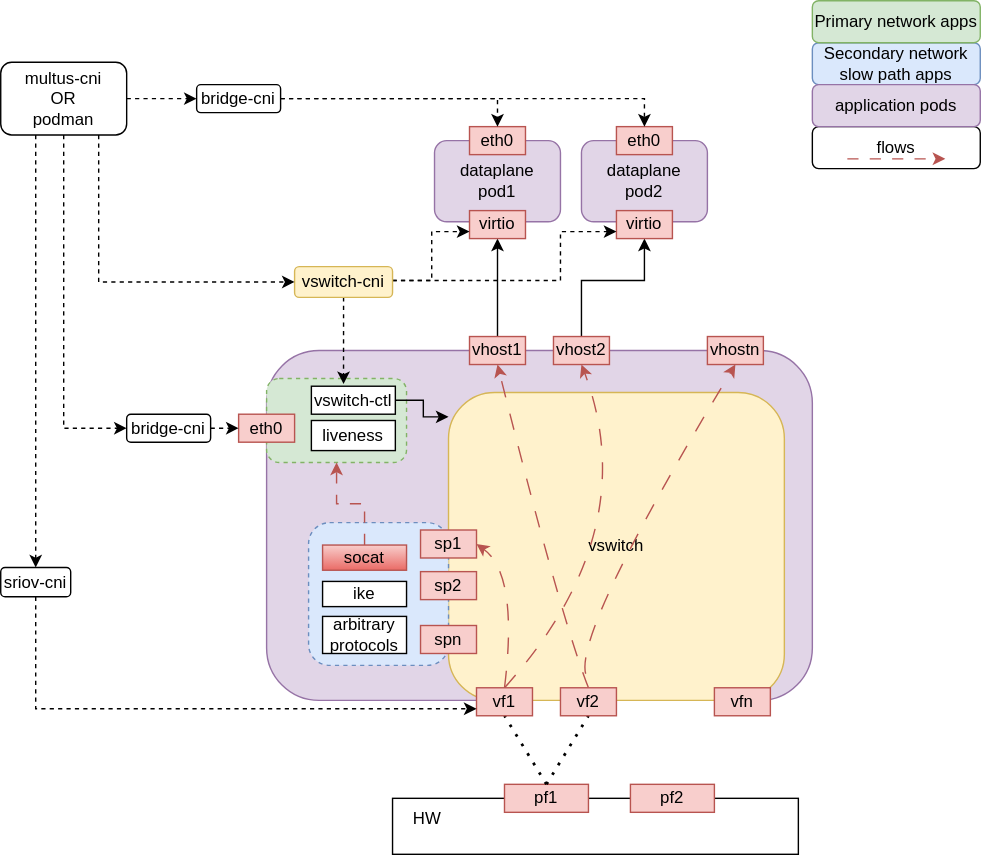
Above: docs/images/vswitch.drawio.svg in sriramy/vswitch (draw.io), before the change. Source tidied: cells renumbered, new cells last; positions are measured from the earlier drawing's top-left corner, leaving out a move shared by most shapes.
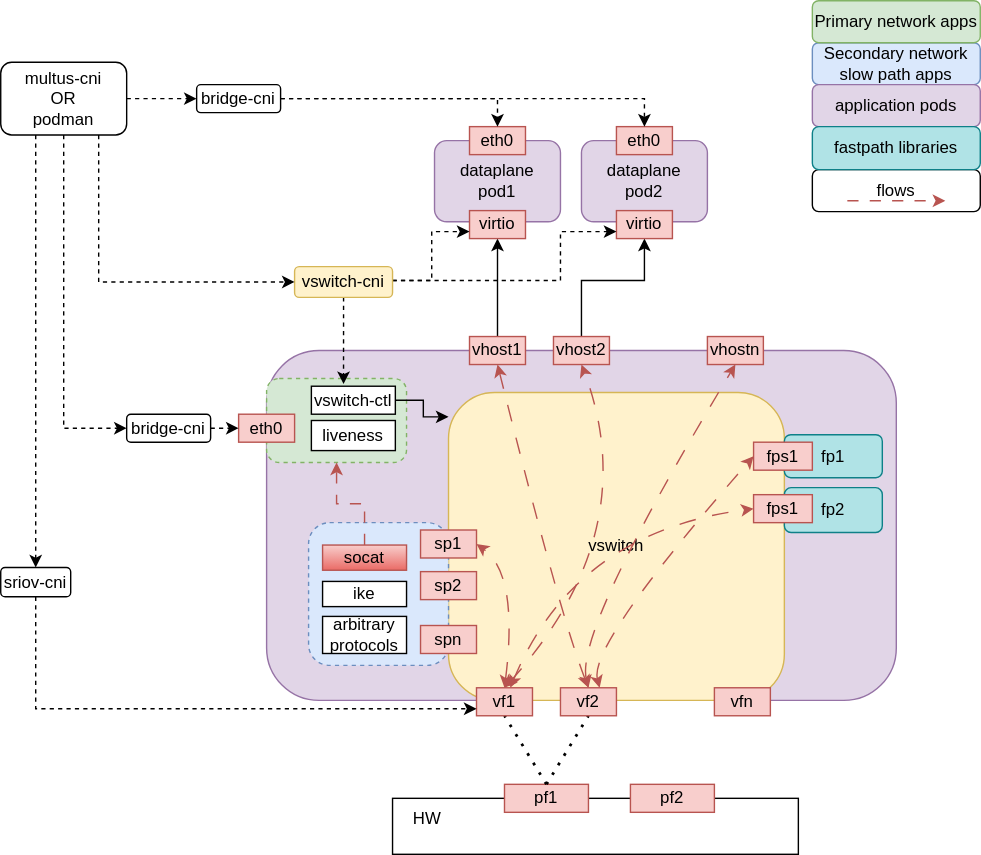
Above is the later version.

What changed in the source:
```diff
@@ -3,10 +3,10 @@
     <mxCell id="0" />
     <mxCell id="1" parent="0" />
     <mxCell id="2" value="flows" style="rounded=1;whiteSpace=wrap;html=1;" parent="1" vertex="1">
-      <mxGeometry x="580" y="90" width="120" height="30" as="geometry" />
+      <mxGeometry x="580" y="120.8" width="120" height="30" as="geometry" />
     </mxCell>
     <mxCell id="3" style="rounded=1;whiteSpace=wrap;html=1;fillColor=#e1d5e7;strokeColor=#9673a6;" parent="1" vertex="1">
-      <mxGeometry x="190" y="250" width="390" height="250" as="geometry" />
+      <mxGeometry x="190" y="250" width="450" height="250" as="geometry" />
     </mxCell>
     <mxCell id="4" style="edgeStyle=orthogonalEdgeStyle;rounded=0;jettySize=auto;html=1;entryX=0.5;entryY=1;entryDx=0;entryDy=0;" parent="1" edge="1" source="5" target="34">
       <mxGeometry relative="1" as="geometry" />
@@ -91,21 +91,21 @@
     <mxCell id="29" value="liveness" style="rounded=0;whiteSpace=wrap;html=1;" parent="1" vertex="1">
       <mxGeometry x="222" y="300" width="60" height="21.5" as="geometry" />
     </mxCell>
-    <mxCell id="30" style="curved=1;endArrow=classic;html=1;rounded=0;exitX=0.5;exitY=0;exitDx=0;exitDy=0;entryX=0.5;entryY=1;entryDx=0;entryDy=0;dashed=1;dashPattern=12 12;fillColor=#f8cecc;strokeColor=#b85450;" parent="1" edge="1" source="28" target="7">
+    <mxCell id="30" style="curved=1;endArrow=classic;html=1;rounded=0;exitX=0.5;exitY=0;exitDx=0;exitDy=0;entryX=0.5;entryY=1;entryDx=0;entryDy=0;dashed=1;dashPattern=12 12;fillColor=#f8cecc;strokeColor=#b85450;startArrow=classic;startFill=1;" parent="1" edge="1" source="28" target="7">
       <mxGeometry relative="1" as="geometry">
         <Array as="points">
           <mxPoint x="460" y="380" />
         </Array>
       </mxGeometry>
     </mxCell>
-    <mxCell id="31" style="curved=1;endArrow=classic;html=1;rounded=0;exitX=0.5;exitY=0;exitDx=0;exitDy=0;entryX=1;entryY=0.5;entryDx=0;entryDy=0;dashed=1;dashPattern=12 12;fillColor=#f8cecc;strokeColor=#b85450;" parent="1" edge="1" source="28" target="24">
+    <mxCell id="31" style="curved=1;endArrow=classic;html=1;rounded=0;exitX=0.5;exitY=0;exitDx=0;exitDy=0;entryX=1;entryY=0.5;entryDx=0;entryDy=0;dashed=1;dashPattern=12 12;fillColor=#f8cecc;strokeColor=#b85450;startArrow=classic;startFill=1;" parent="1" edge="1" source="28" target="24">
       <mxGeometry relative="1" as="geometry">
         <Array as="points">
           <mxPoint x="370" y="410" />
         </Array>
       </mxGeometry>
     </mxCell>
-    <mxCell id="32" style="curved=1;endArrow=classic;html=1;rounded=0;exitX=0.5;exitY=0;exitDx=0;exitDy=0;entryX=0.5;entryY=1;entryDx=0;entryDy=0;dashed=1;dashPattern=12 12;fillColor=#f8cecc;strokeColor=#b85450;" parent="1" edge="1" source="52" target="5">
+    <mxCell id="32" style="curved=1;endArrow=classic;html=1;rounded=0;exitX=0.5;exitY=0;exitDx=0;exitDy=0;entryX=0.5;entryY=1;entryDx=0;entryDy=0;dashed=1;dashPattern=12 12;fillColor=#f8cecc;strokeColor=#b85450;startArrow=classic;startFill=1;" parent="1" edge="1" source="52" target="5">
       <mxGeometry relative="1" as="geometry">
         <Array as="points">
           <mxPoint x="400" y="440" />
@@ -127,7 +127,7 @@
     <mxCell id="37" value="application pods" style="rounded=1;whiteSpace=wrap;html=1;fillColor=#e1d5e7;strokeColor=#9673a6;" parent="1" vertex="1">
       <mxGeometry x="580" y="60" width="120" height="30" as="geometry" />
     </mxCell>
-    <mxCell id="38" style="curved=1;endArrow=classic;html=1;rounded=0;exitX=0.45;exitY=-0.5;exitDx=0;exitDy=0;entryX=0.5;entryY=1;entryDx=0;entryDy=0;dashed=1;dashPattern=12 12;fillColor=#f8cecc;strokeColor=#b85450;exitPerimeter=0;" parent="1" edge="1" source="52" target="8">
+    <mxCell id="38" style="curved=1;endArrow=classic;html=1;rounded=0;exitX=0.5;exitY=0;exitDx=0;exitDy=0;entryX=0.5;entryY=1;entryDx=0;entryDy=0;dashed=1;dashPattern=12 12;fillColor=#f8cecc;strokeColor=#b85450;startArrow=classic;startFill=1;" parent="1" edge="1" source="52" target="8">
       <mxGeometry relative="1" as="geometry">
         <Array as="points">
           <mxPoint x="410" y="450" />
@@ -136,8 +136,8 @@
     </mxCell>
     <mxCell id="39" style="endArrow=classic;html=1;rounded=0;dashed=1;dashPattern=8 8;fillColor=#f8cecc;strokeColor=#b85450;" parent="1" edge="1">
       <mxGeometry relative="1" as="geometry">
-        <mxPoint x="605" y="113" as="sourcePoint" />
-        <mxPoint x="675" y="113" as="targetPoint" />
+        <mxPoint x="605" y="143" as="sourcePoint" />
+        <mxPoint x="675" y="143" as="targetPoint" />
       </mxGeometry>
     </mxCell>
     <mxCell id="40" style="edgeStyle=orthogonalEdgeStyle;rounded=0;jettySize=auto;html=1;entryX=0;entryY=0.75;entryDx=0;entryDy=0;fillColor=#fff2cc;strokeColor=#000000;dashed=1;" parent="1" edge="1" source="43" target="34">
@@ -229,5 +229,35 @@
     <mxCell id="61" value="bridge-cni" style="rounded=1;whiteSpace=wrap;html=1;" parent="1" vertex="1">
       <mxGeometry x="140" y="60" width="60" height="20" as="geometry" />
     </mxCell>
+    <mxCell id="62" value="fp1" style="rounded=1;whiteSpace=wrap;html=1;fillColor=#b0e3e6;strokeColor=#0e8088;" parent="1" vertex="1">
+      <mxGeometry x="560" y="310.1" width="70" height="30.8" as="geometry" />
+    </mxCell>
+    <mxCell id="63" value="fp2" style="rounded=1;whiteSpace=wrap;html=1;fillColor=#b0e3e6;strokeColor=#0e8088;" parent="1" vertex="1">
+      <mxGeometry x="560" y="348" width="70" height="32" as="geometry" />
+    </mxCell>
+    <mxCell id="64" value="fps1" style="rounded=0;whiteSpace=wrap;html=1;fillColor=#f8cecc;strokeColor=#b85450;" parent="1" vertex="1">
+      <mxGeometry x="538" y="315.5" width="42" height="20" as="geometry" />
+    </mxCell>
+    <mxCell id="65" value="fps1" style="rounded=0;whiteSpace=wrap;html=1;fillColor=#f8cecc;strokeColor=#b85450;" parent="1" vertex="1">
+      <mxGeometry x="538" y="353" width="42" height="20" as="geometry" />
+    </mxCell>
+    <mxCell id="66" style="curved=1;endArrow=classic;html=1;rounded=0;exitX=0.45;exitY=-0.5;exitDx=0;exitDy=0;entryX=0;entryY=0.5;entryDx=0;entryDy=0;dashed=1;dashPattern=12 12;fillColor=#f8cecc;strokeColor=#b85450;exitPerimeter=0;startArrow=classic;startFill=1;" parent="1" edge="1" target="64">
+      <mxGeometry relative="1" as="geometry">
+        <mxPoint x="428" y="491" as="sourcePoint" />
+        <Array as="points">
+          <mxPoint x="420" y="460" />
+        </Array>
+      </mxGeometry>
+    </mxCell>
+    <mxCell id="67" value="fastpath libraries" style="rounded=1;whiteSpace=wrap;html=1;fillColor=#b0e3e6;strokeColor=#0e8088;" parent="1" vertex="1">
+      <mxGeometry x="580" y="90" width="120" height="30.8" as="geometry" />
+    </mxCell>
+    <mxCell id="68" style="curved=1;endArrow=classic;html=1;rounded=0;entryX=0;entryY=0.5;entryDx=0;entryDy=0;dashed=1;dashPattern=12 12;fillColor=#f8cecc;strokeColor=#b85450;startArrow=classic;startFill=1;" parent="1" edge="1" source="28" target="65">
+      <mxGeometry relative="1" as="geometry">
+        <Array as="points">
+          <mxPoint x="410" y="380" />
+        </Array>
+      </mxGeometry>
+    </mxCell>
   </root>
 </mxGraphModel>
```
